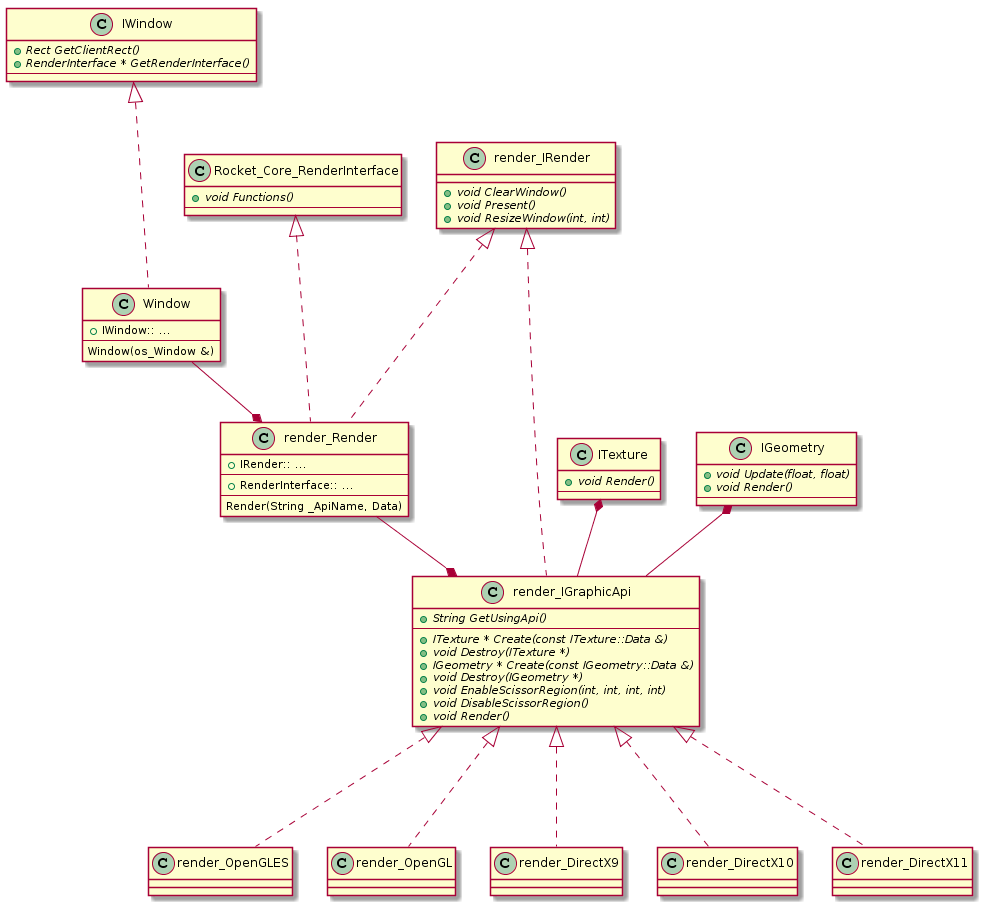
This is Covellitepp/Classes.png from Unicornum/Unicornum.github.io, a PlantUML export, as it was before one commit. Its diagram source:
```plantuml
@startuml
IWindow : {abstract} + Rect GetClientRect()
IWindow : {abstract} + RenderInterface * GetRenderInterface()
IWindow : ---

IWindow <|-.- Window

Rocket_Core_RenderInterface : {abstract} + void Functions()
Rocket_Core_RenderInterface : ---

render_IRender : {abstract} + void ClearWindow()
render_IRender : {abstract} + void Present()
render_IRender : {abstract} + void ResizeWindow(int, int)

render_IRender <|-.- render_Render

render_Render : + IRender:: ...
render_Render : ---
render_Render : + RenderInterface:: ...
render_Render : ---
render_Render : Render(String _ApiName, Data)

Rocket_Core_RenderInterface <|-.- render_Render

Window : + IWindow:: ...
Window : ---
Window : Window(os_Window &)

Window --* render_Render

render_IRender <|-.- render_IGraphicApi

render_IGraphicApi : {abstract} + String GetUsingApi()
render_IGraphicApi : ---
render_IGraphicApi : {abstract} + ITexture * Create(const ITexture::Data &)
render_IGraphicApi : {abstract} + void Destroy(ITexture *)
render_IGraphicApi : {abstract} + IGeometry * Create(const IGeometry::Data &)
render_IGraphicApi : {abstract} + void Destroy(IGeometry *)
render_IGraphicApi : {abstract} + void EnableScissorRegion(int, int, int, int)
render_IGraphicApi : {abstract} + void DisableScissorRegion()
render_IGraphicApi : {abstract} + void Render()

ITexture : {abstract} + void Render()
ITexture : ---

ITexture *-- render_IGraphicApi

IGeometry : {abstract} + void Update(float, float)
IGeometry : {abstract} + void Render()
IGeometry : ---

IGeometry *-- render_IGraphicApi

render_Render --* render_IGraphicApi

render_IGraphicApi <|-.- render_OpenGLES
render_IGraphicApi <|-.- render_OpenGL
render_IGraphicApi <|-.- render_DirectX9
render_IGraphicApi <|-.- render_DirectX10
render_IGraphicApi <|-.- render_DirectX11
@enduml
```
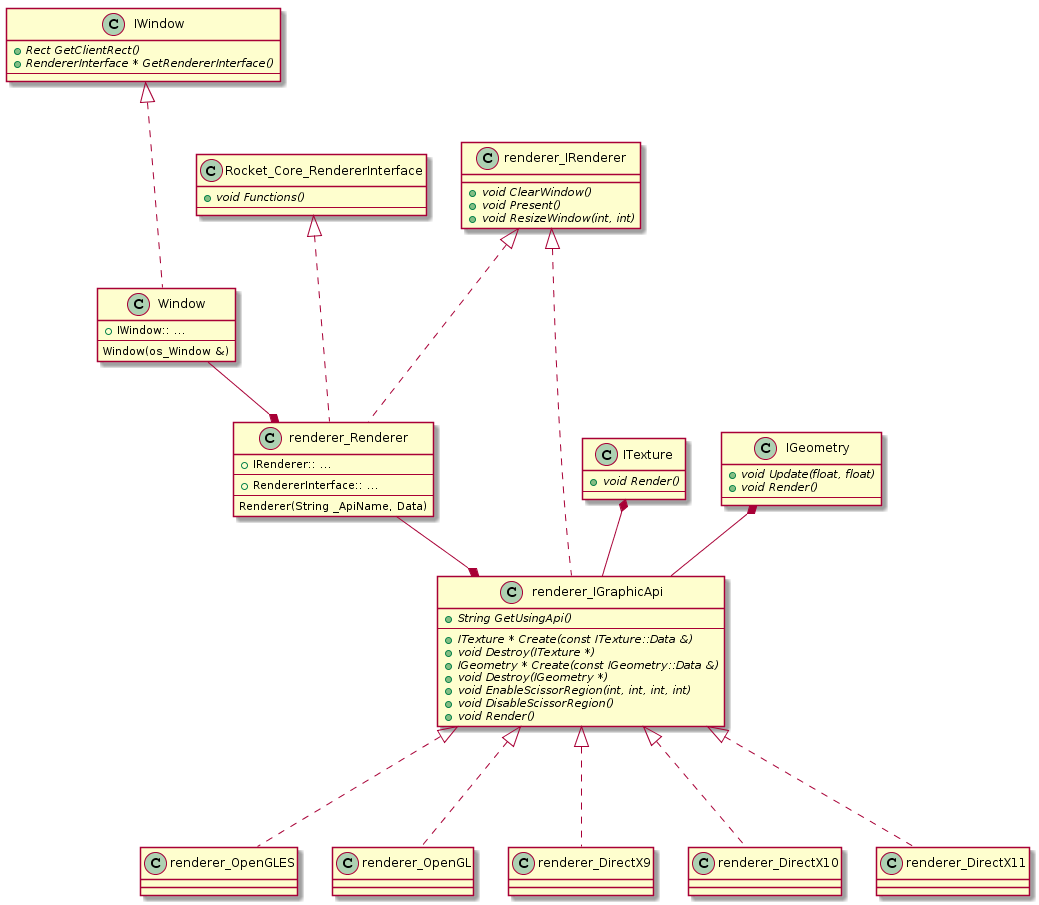
The same file after the commit.

Diff of the diagram source:
```diff
@@ -1,61 +1,61 @@
 @startuml
 IWindow : {abstract} + Rect GetClientRect()
-IWindow : {abstract} + RenderInterface * GetRenderInterface()
+IWindow : {abstract} + RendererInterface * GetRendererInterface()
 IWindow : ---
 
 IWindow <|-.- Window
 
-Rocket_Core_RenderInterface : {abstract} + void Functions()
-Rocket_Core_RenderInterface : ---
+Rocket_Core_RendererInterface : {abstract} + void Functions()
+Rocket_Core_RendererInterface : ---
 
-render_IRender : {abstract} + void ClearWindow()
-render_IRender : {abstract} + void Present()
-render_IRender : {abstract} + void ResizeWindow(int, int)
+renderer_IRenderer : {abstract} + void ClearWindow()
+renderer_IRenderer : {abstract} + void Present()
+renderer_IRenderer : {abstract} + void ResizeWindow(int, int)
 
-render_IRender <|-.- render_Render
+renderer_IRenderer <|-.- renderer_Renderer
 
-render_Render : + IRender:: ...
-render_Render : ---
-render_Render : + RenderInterface:: ...
-render_Render : ---
-render_Render : Render(String _ApiName, Data)
+renderer_Renderer : + IRenderer:: ...
+renderer_Renderer : ---
+renderer_Renderer : + RendererInterface:: ...
+renderer_Renderer : ---
+renderer_Renderer : Renderer(String _ApiName, Data)
 
-Rocket_Core_RenderInterface <|-.- render_Render
+Rocket_Core_RendererInterface <|-.- renderer_Renderer
 
 Window : + IWindow:: ...
 Window : ---
 Window : Window(os_Window &)
 
-Window --* render_Render
+Window --* renderer_Renderer
 
-render_IRender <|-.- render_IGraphicApi
+renderer_IRenderer <|-.- renderer_IGraphicApi
 
-render_IGraphicApi : {abstract} + String GetUsingApi()
-render_IGraphicApi : ---
-render_IGraphicApi : {abstract} + ITexture * Create(const ITexture::Data &)
-render_IGraphicApi : {abstract} + void Destroy(ITexture *)
-render_IGraphicApi : {abstract} + IGeometry * Create(const IGeometry::Data &)
-render_IGraphicApi : {abstract} + void Destroy(IGeometry *)
-render_IGraphicApi : {abstract} + void EnableScissorRegion(int, int, int, int)
-render_IGraphicApi : {abstract} + void DisableScissorRegion()
-render_IGraphicApi : {abstract} + void Render()
+renderer_IGraphicApi : {abstract} + String GetUsingApi()
+renderer_IGraphicApi : ---
+renderer_IGraphicApi : {abstract} + ITexture * Create(const ITexture::Data &)
+renderer_IGraphicApi : {abstract} + void Destroy(ITexture *)
+renderer_IGraphicApi : {abstract} + IGeometry * Create(const IGeometry::Data &)
+renderer_IGraphicApi : {abstract} + void Destroy(IGeometry *)
+renderer_IGraphicApi : {abstract} + void EnableScissorRegion(int, int, int, int)
+renderer_IGraphicApi : {abstract} + void DisableScissorRegion()
+renderer_IGraphicApi : {abstract} + void Render()
 
 ITexture : {abstract} + void Render()
 ITexture : ---
 
-ITexture *-- render_IGraphicApi
+ITexture *-- renderer_IGraphicApi
 
 IGeometry : {abstract} + void Update(float, float)
 IGeometry : {abstract} + void Render()
 IGeometry : ---
 
-IGeometry *-- render_IGraphicApi
+IGeometry *-- renderer_IGraphicApi
 
-render_Render --* render_IGraphicApi
+renderer_Renderer --* renderer_IGraphicApi
 
-render_IGraphicApi <|-.- render_OpenGLES
-render_IGraphicApi <|-.- render_OpenGL
-render_IGraphicApi <|-.- render_DirectX9
-render_IGraphicApi <|-.- render_DirectX10
-render_IGraphicApi <|-.- render_DirectX11
+renderer_IGraphicApi <|-.- renderer_OpenGLES
+renderer_IGraphicApi <|-.- renderer_OpenGL
+renderer_IGraphicApi <|-.- renderer_DirectX9
+renderer_IGraphicApi <|-.- renderer_DirectX10
+renderer_IGraphicApi <|-.- renderer_DirectX11
 @enduml
```
